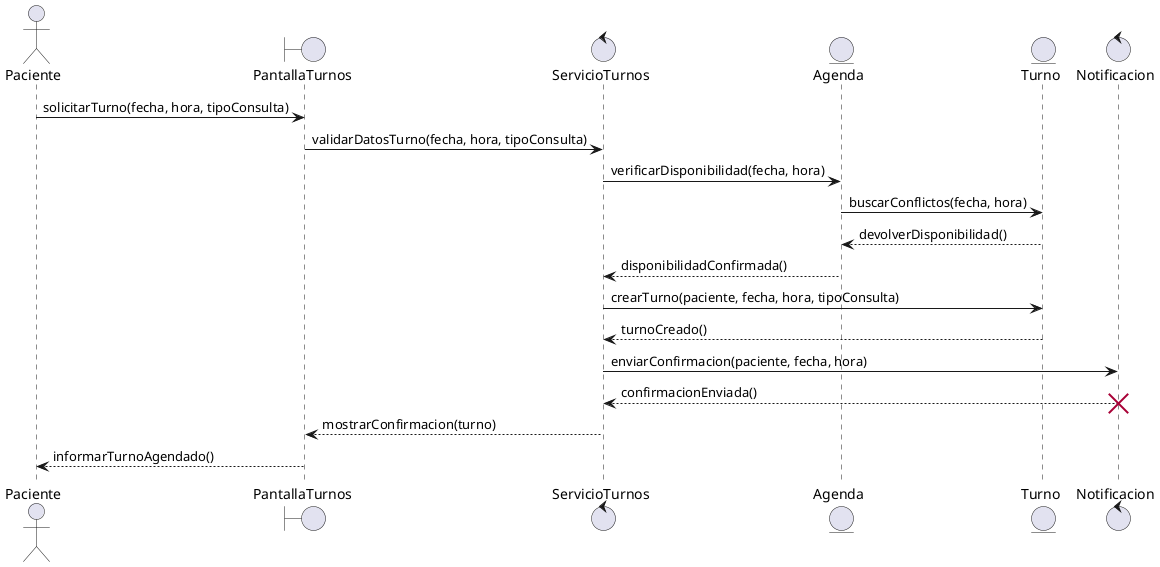
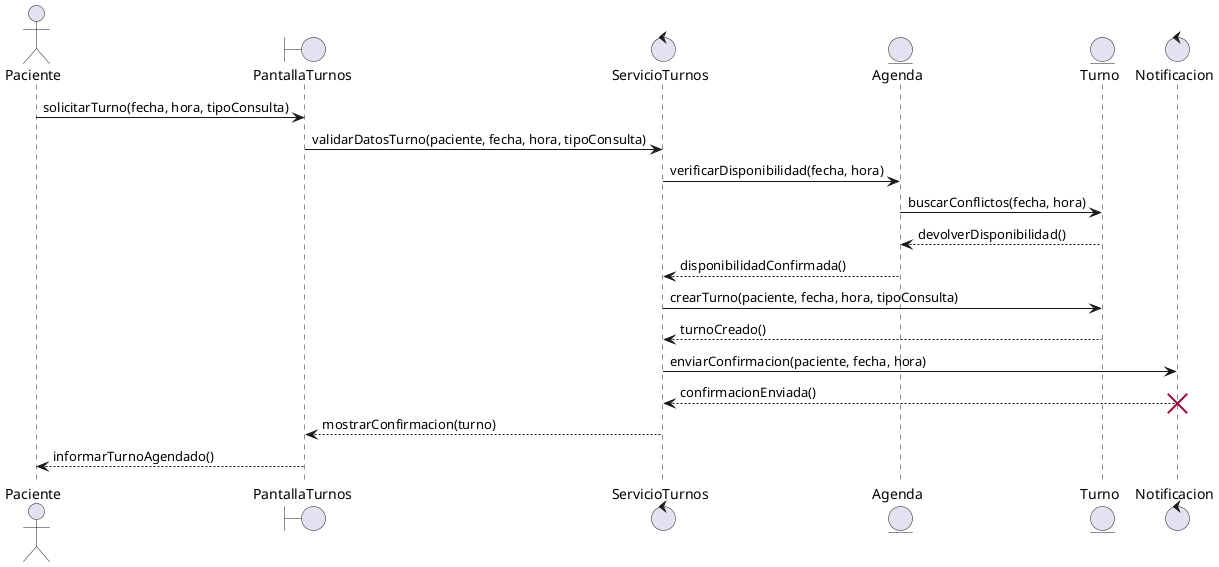
@startuml AgendarTurno


actor Paciente


boundary "PantallaTurnos" as pantalla
control "ServicioTurnos" as servicio
entity "Agenda" as agenda
entity "Turno" as turno
control "Notificacion" as notificacion


Paciente -> pantalla : solicitarTurno(fecha, hora, tipoConsulta)


- pantalla -> servicio : validarDatosTurno(fecha, hora, tipoConsulta)
+ pantalla -> servicio : validarDatosTurno(paciente, fecha, hora, tipoConsulta)


servicio -> agenda : verificarDisponibilidad(fecha, hora)


agenda -> turno : buscarConflictos(fecha, hora)


turno --> agenda : devolverDisponibilidad()


agenda --> servicio : disponibilidadConfirmada()


servicio -> turno : crearTurno(paciente, fecha, hora, tipoConsulta)


turno --> servicio : turnoCreado()


servicio -> notificacion : enviarConfirmacion(paciente, fecha, hora)


notificacion --> servicio : confirmacionEnviada()


destroy notificacion


servicio --> pantalla : mostrarConfirmacion(turno)


pantalla --> Paciente : informarTurnoAgendado()


@enduml
